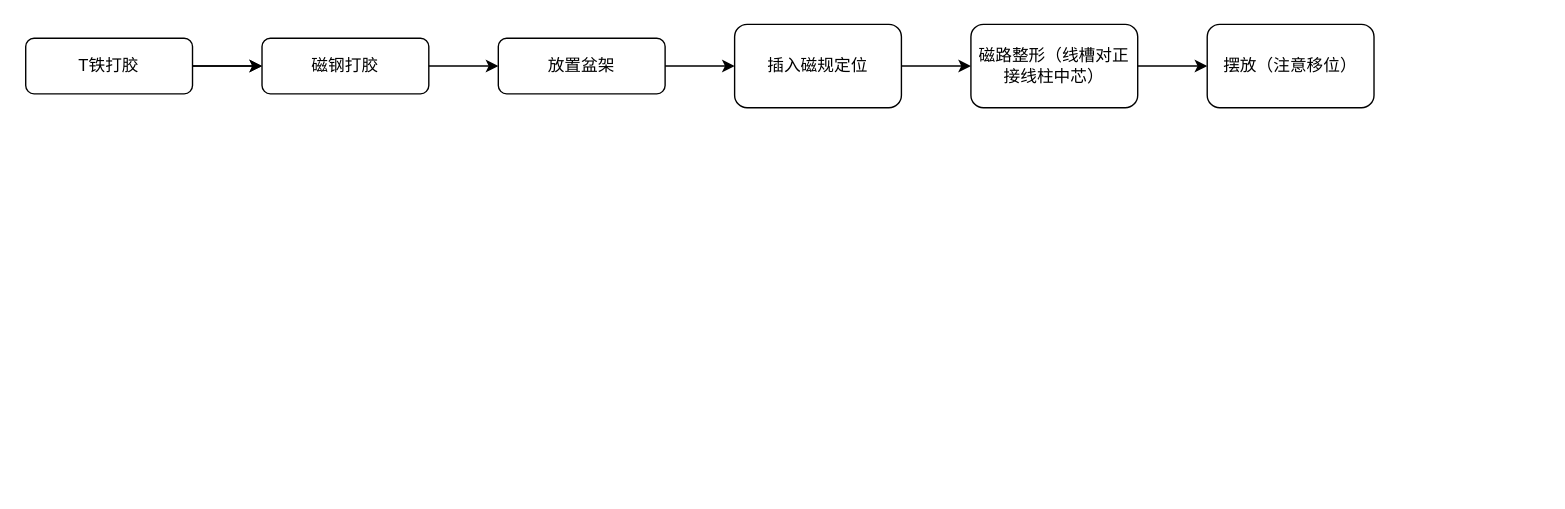
Above: 未命名绘图.drawio in kingbirdchina/gitskills (draw.io), before the change. Source tidied: cells renumbered, new cells numbered last; positions are measured from the earlier drawing's top-left corner, leaving out a move shared by most shapes. Both pictures are drawn from the tidied source at 139%, with x=0, y=0 at pixel (25, 24).
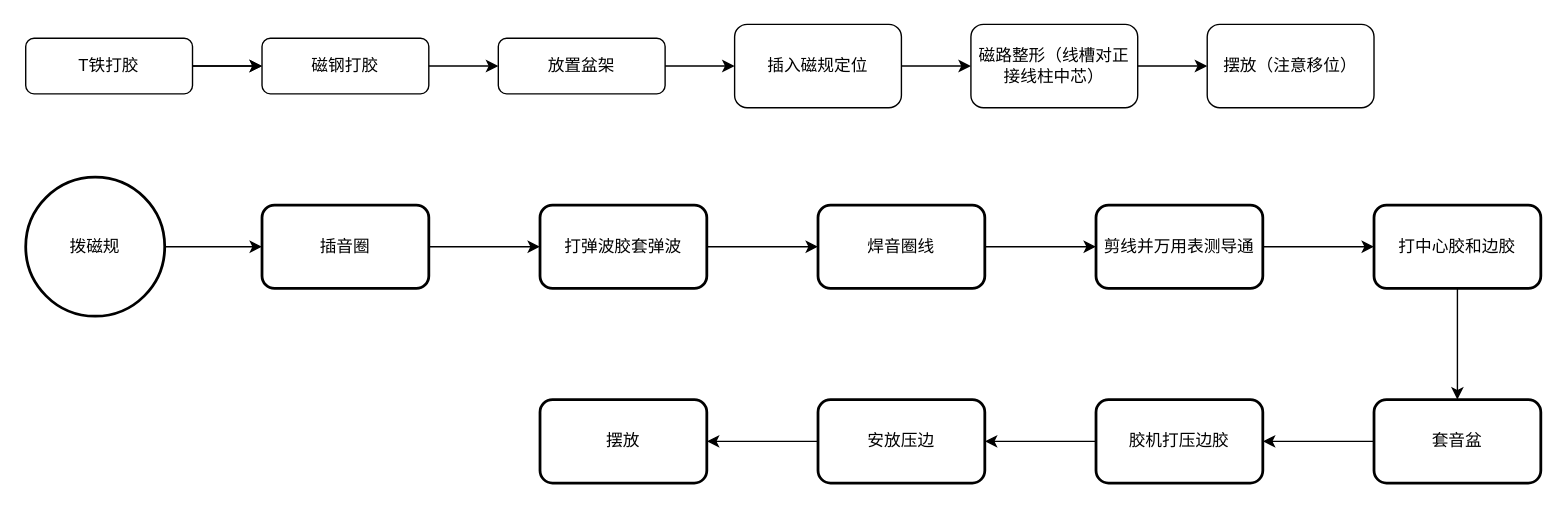
Above is the later version.

Commit message:
更新未命名绘图.drawio

Diff of the diagram source:
```diff
@@
+    <mxCell id="14" style="edgeStyle=orthogonalEdgeStyle;rounded=0;jettySize=auto;html=1;fontFamily=Helvetica;fontSize=12;fontColor=default;" parent="1" edge="1" source="15" target="17">
+      <mxGeometry relative="1" as="geometry" />
+    </mxCell>
+    <mxCell id="15" value="拨磁规" style="strokeWidth=2;html=1;shape=mxgraph.flowchart.start_2;whiteSpace=wrap;rounded=1;shadow=0;glass=0;strokeColor=default;fontFamily=Helvetica;fontSize=12;fontColor=default;fillColor=default;" parent="1" vertex="1">
+      <mxGeometry y="110" width="100" height="100" as="geometry" />
+    </mxCell>
+    <mxCell id="16" style="edgeStyle=orthogonalEdgeStyle;rounded=0;jettySize=auto;html=1;fontFamily=Helvetica;fontSize=12;fontColor=default;" parent="1" edge="1" source="17" target="19">
+      <mxGeometry relative="1" as="geometry" />
+    </mxCell>
+    <mxCell id="17" value="插音圈" style="whiteSpace=wrap;html=1;strokeWidth=2;rounded=1;shadow=0;glass=0;" parent="1" vertex="1">
+      <mxGeometry x="170" y="130" width="120" height="60" as="geometry" />
+    </mxCell>
+    <mxCell id="18" style="edgeStyle=orthogonalEdgeStyle;rounded=0;jettySize=auto;html=1;fontFamily=Helvetica;fontSize=12;fontColor=default;" parent="1" edge="1" source="19" target="21">
+      <mxGeometry relative="1" as="geometry" />
+    </mxCell>
+    <mxCell id="19" value="打弹波胶套弹波" style="whiteSpace=wrap;html=1;strokeWidth=2;rounded=1;shadow=0;glass=0;" parent="1" vertex="1">
+      <mxGeometry x="370" y="130" width="120" height="60" as="geometry" />
+    </mxCell>
+    <mxCell id="20" style="edgeStyle=orthogonalEdgeStyle;rounded=0;jettySize=auto;html=1;fontFamily=Helvetica;fontSize=12;fontColor=default;" parent="1" edge="1" source="21" target="23">
+      <mxGeometry relative="1" as="geometry" />
+    </mxCell>
+    <mxCell id="21" value="焊音圈线" style="whiteSpace=wrap;html=1;strokeWidth=2;rounded=1;shadow=0;glass=0;" parent="1" vertex="1">
+      <mxGeometry x="570" y="130" width="120" height="60" as="geometry" />
+    </mxCell>
+    <mxCell id="22" style="edgeStyle=orthogonalEdgeStyle;rounded=0;jettySize=auto;html=1;fontFamily=Helvetica;fontSize=12;fontColor=default;" parent="1" edge="1" source="23" target="25">
+      <mxGeometry relative="1" as="geometry" />
+    </mxCell>
+    <mxCell id="23" value="剪线并万用表测导通" style="whiteSpace=wrap;html=1;strokeWidth=2;rounded=1;shadow=0;glass=0;" parent="1" vertex="1">
+      <mxGeometry x="770" y="130" width="120" height="60" as="geometry" />
+    </mxCell>
+    <mxCell id="24" style="edgeStyle=orthogonalEdgeStyle;rounded=0;jettySize=auto;html=1;fontFamily=Helvetica;fontSize=12;fontColor=default;" parent="1" edge="1" source="25" target="27">
+      <mxGeometry relative="1" as="geometry" />
+    </mxCell>
+    <mxCell id="25" value="打中心胶和边胶" style="whiteSpace=wrap;html=1;strokeWidth=2;rounded=1;shadow=0;glass=0;" parent="1" vertex="1">
+      <mxGeometry x="970" y="130" width="120" height="60" as="geometry" />
+    </mxCell>
+    <mxCell id="26" style="edgeStyle=orthogonalEdgeStyle;rounded=0;jettySize=auto;html=1;fontFamily=Helvetica;fontSize=12;fontColor=default;" parent="1" edge="1" source="27" target="29">
+      <mxGeometry relative="1" as="geometry" />
+    </mxCell>
+    <mxCell id="27" value="套音盆" style="whiteSpace=wrap;html=1;strokeWidth=2;rounded=1;shadow=0;glass=0;" parent="1" vertex="1">
+      <mxGeometry x="970" y="270" width="120" height="60" as="geometry" />
+    </mxCell>
+    <mxCell id="28" style="edgeStyle=orthogonalEdgeStyle;rounded=0;jettySize=auto;html=1;fontFamily=Helvetica;fontSize=12;fontColor=default;" parent="1" edge="1" source="29" target="31">
+      <mxGeometry relative="1" as="geometry" />
+    </mxCell>
+    <mxCell id="29" value="胶机打压边胶" style="whiteSpace=wrap;html=1;strokeWidth=2;rounded=1;shadow=0;glass=0;" parent="1" vertex="1">
+      <mxGeometry x="770" y="270" width="120" height="60" as="geometry" />
+    </mxCell>
+    <mxCell id="30" style="edgeStyle=orthogonalEdgeStyle;rounded=0;jettySize=auto;html=1;fontFamily=Helvetica;fontSize=12;fontColor=default;" parent="1" edge="1" source="31" target="32">
+      <mxGeometry relative="1" as="geometry" />
+    </mxCell>
+    <mxCell id="31" value="安放压边" style="whiteSpace=wrap;html=1;strokeWidth=2;rounded=1;shadow=0;glass=0;" parent="1" vertex="1">
+      <mxGeometry x="570" y="270" width="120" height="60" as="geometry" />
+    </mxCell>
+    <mxCell id="32" value="摆放" style="whiteSpace=wrap;html=1;strokeWidth=2;rounded=1;shadow=0;glass=0;" parent="1" vertex="1">
+      <mxGeometry x="370" y="270" width="120" height="60" as="geometry" />
+    </mxCell>
```
